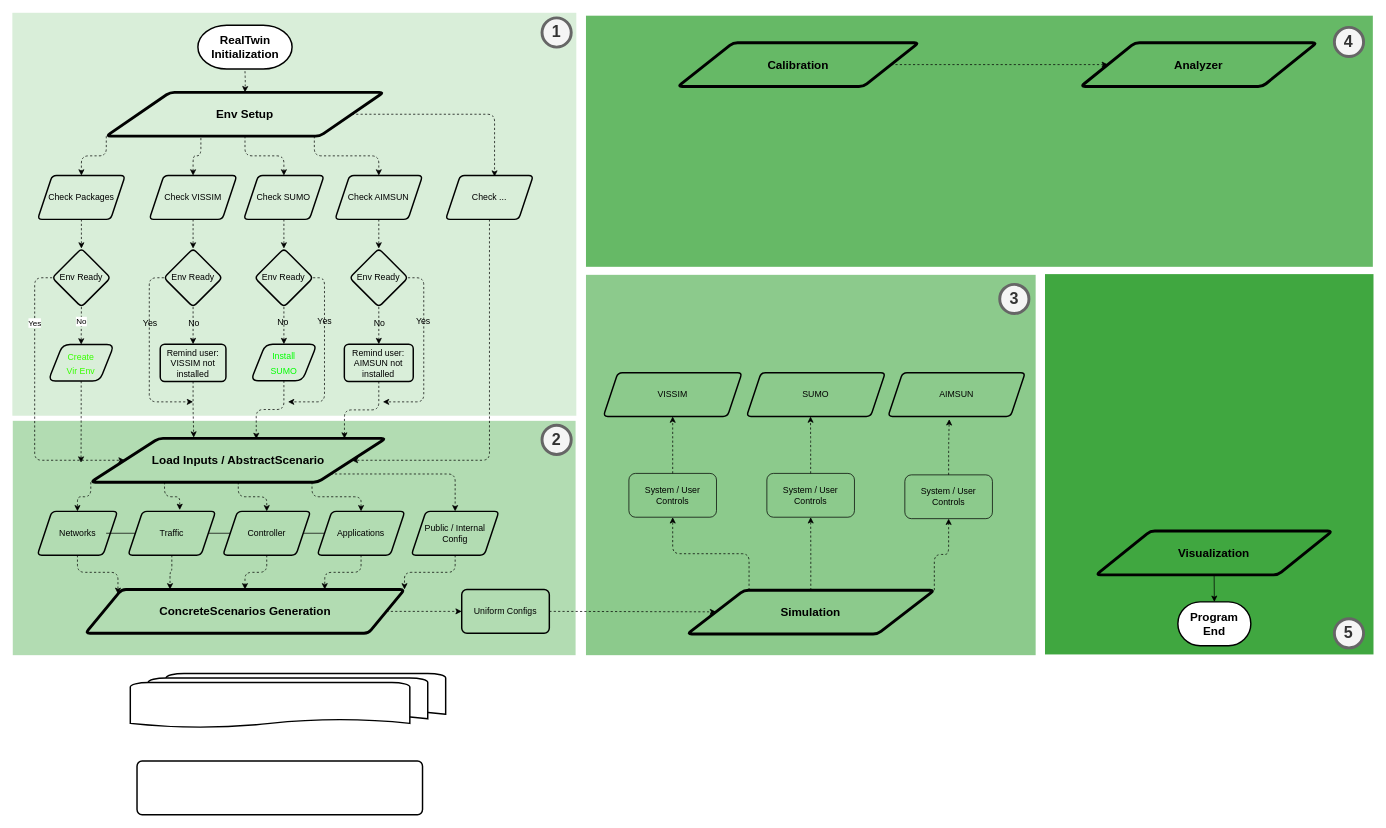
Before: docs/realtwin_dev_framework.drawio in ORNL-Real-Sim/Real-Twin, a draw.io diagram. Source tidied: cells renumbered, new cells numbered last; positions are measured from the earlier drawing's top-left corner, leaving out a move shared by most shapes. Both pictures are drawn from the tidied source at 73%, with x=0, y=0 at pixel (12, 12).
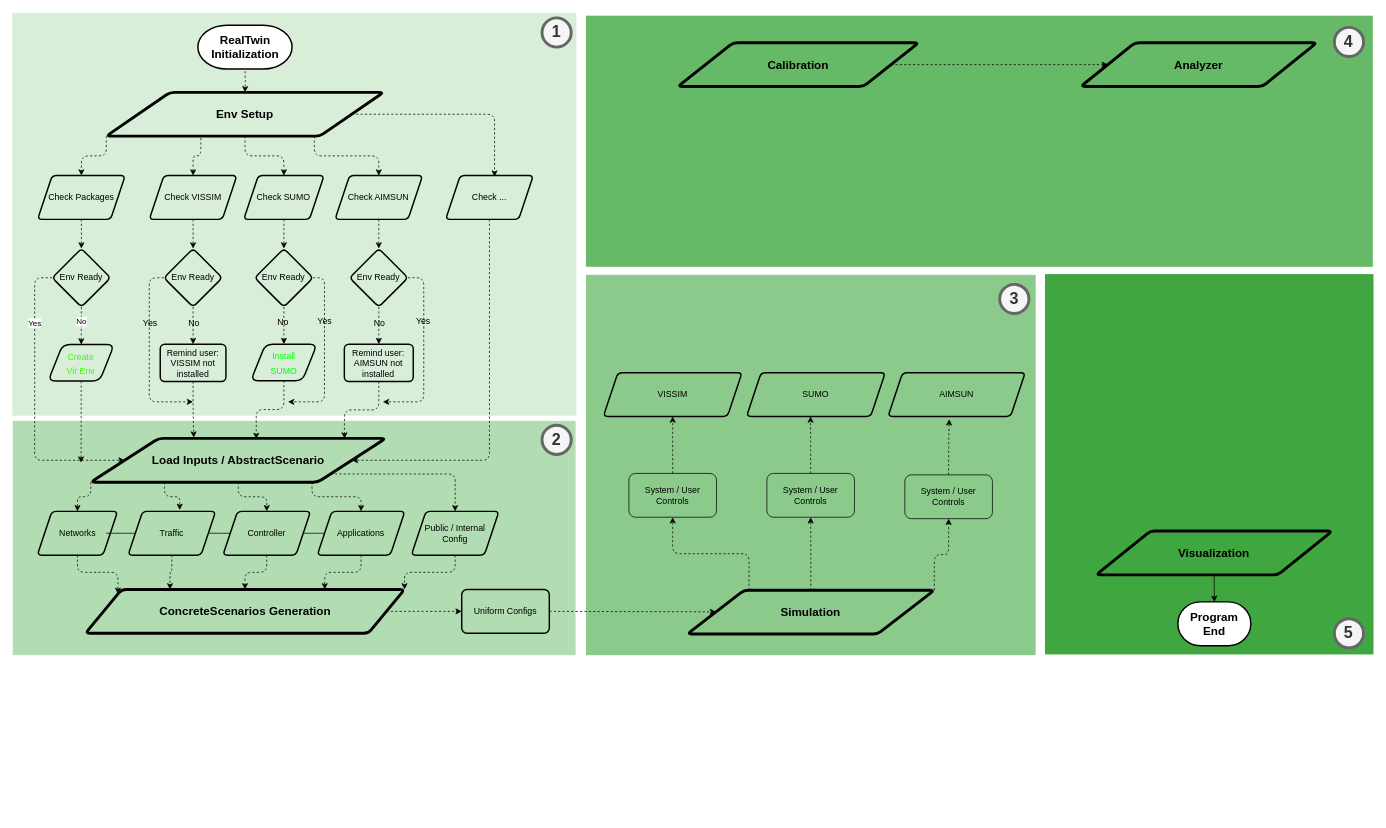
The same diagram, later.

What changed in the source:
```diff
@@
-    <mxCell id="100" style="strokeWidth=2;html=1;shape=mxgraph.flowchart.multi-document;whiteSpace=wrap;rounded=1;fontSize=16;" parent="1" vertex="1">
-      <mxGeometry x="162" y="905" width="432" height="75" as="geometry" />
-    </mxCell>
-    <mxCell id="101" style="rounded=1;whiteSpace=wrap;html=1;absoluteArcSize=1;arcSize=14;strokeWidth=2;fontSize=16;" parent="1" vertex="1">
-      <mxGeometry x="171.2" y="1025" width="391.1" height="73.5" as="geometry" />
-    </mxCell>
```
